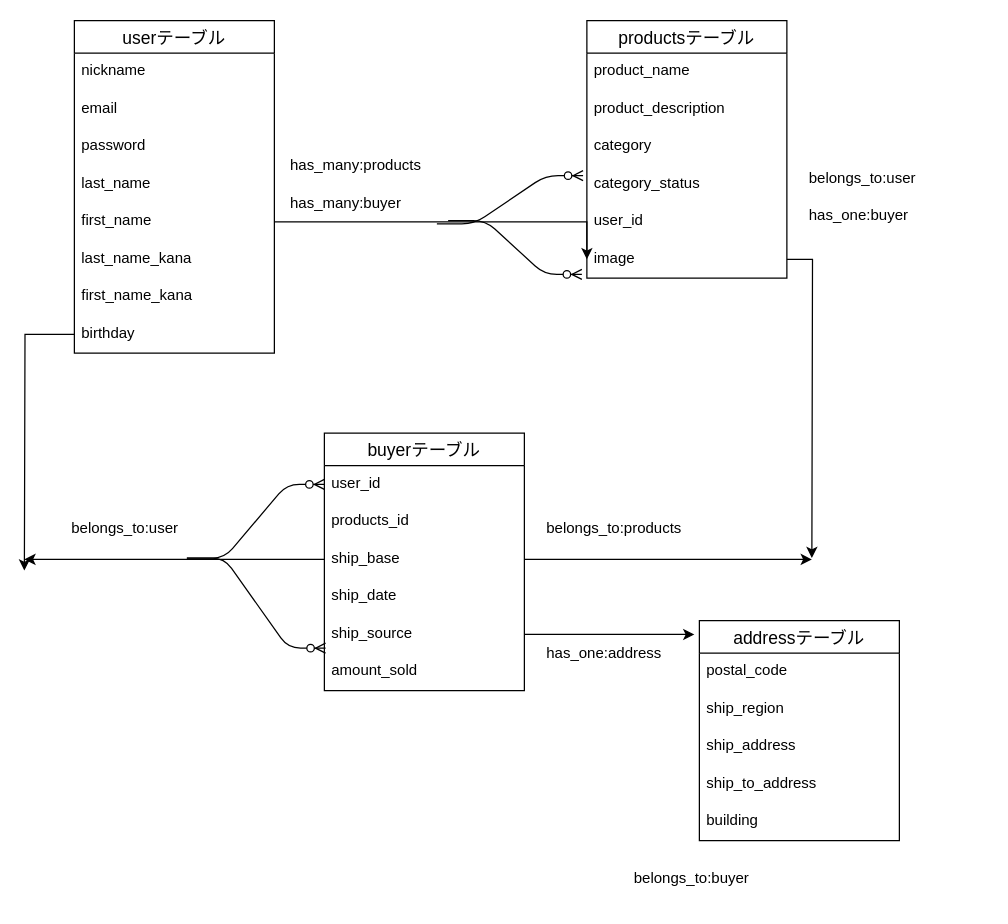
yuuki-ebinuma/furima-34477 keeps this draw.io diagram as er.dio. Above is the earlier version. Source tidied: cells renumbered, new cells numbered last; positions are measured from the earlier drawing's top-left corner, leaving out a move shared by most shapes. Both pictures are drawn from the tidied source at 125%, with x=0, y=0 at pixel (24, 20).
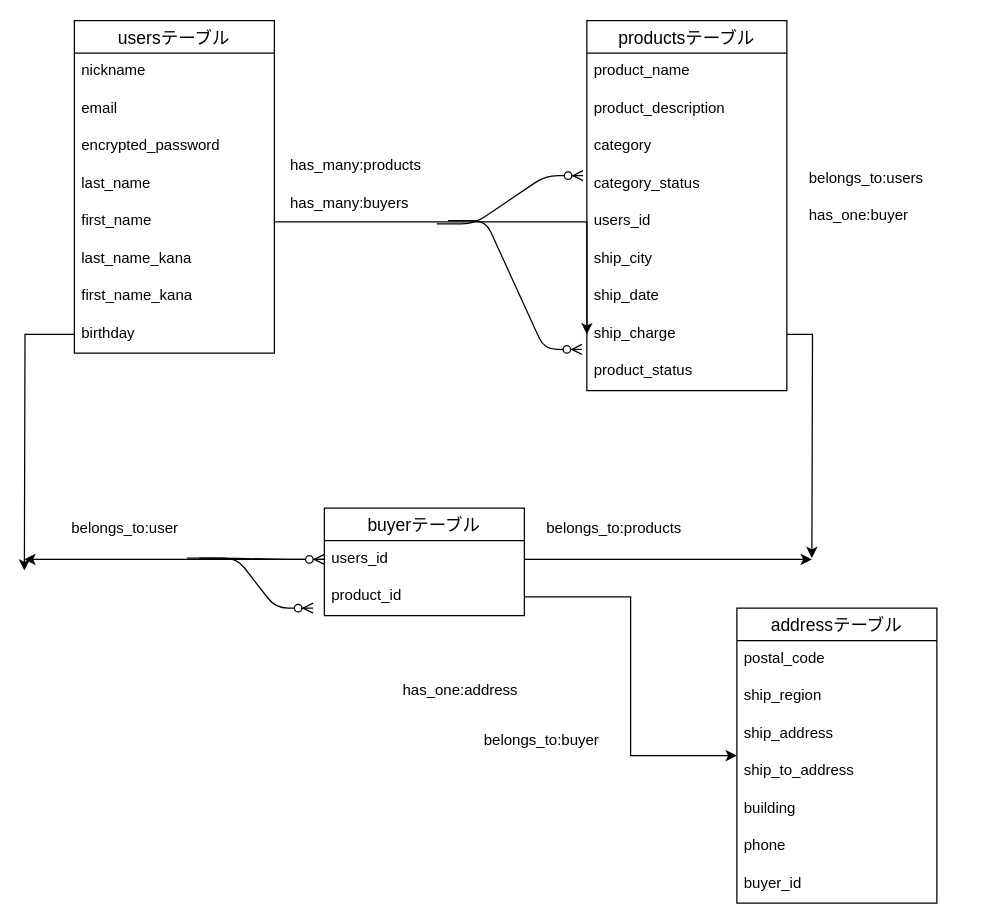
The same page after the edit.

Commit message (it also covers changes not shown here):
データベース修正

The change refers to these unchanged cells:
```xml
<mxCell id="46" style="shape=partialRectangle;fillColor=none;top=0;left=0;bottom=0;right=0;" parent="45" vertex="1">
  <mxGeometry width="180" height="30" as="geometry" />
</mxCell>
<mxCell id="62" style="shape=partialRectangle;fillColor=none;top=0;left=0;bottom=0;right=0;" parent="61" vertex="1">
  <mxGeometry width="180" height="30" as="geometry" />
</mxCell>
```

The edit, as a diff of the source:
```diff
@@
-    <mxCell id="2" value="userテーブル" style="swimlane;fontStyle=0;horizontal=1;startSize=26;align=center;fontSize=14;" parent="1" vertex="1">
+    <mxCell id="2" value="usersテーブル" style="swimlane;fontStyle=0;horizontal=1;startSize=26;align=center;fontSize=14;" parent="1" vertex="1">
       <mxGeometry x="40" width="160" height="266" as="geometry" />
     </mxCell>
@@
-    <mxCell id="5" value="password" style="text;strokeColor=none;fillColor=none;spacingLeft=4;spacingRight=4;overflow=hidden;fontSize=12;" parent="2" vertex="1">
+    <mxCell id="5" value="encrypted_password" style="text;strokeColor=none;fillColor=none;spacingLeft=4;spacingRight=4;overflow=hidden;fontSize=12;" parent="2" vertex="1">
       <mxGeometry y="86" width="160" height="30" as="geometry" />
     </mxCell>
@@
     <mxCell id="11" value="productsテーブル" style="swimlane;fontStyle=0;horizontal=1;startSize=26;align=center;fontSize=14;" parent="1" vertex="1">
-      <mxGeometry x="450" width="160" height="206" as="geometry" />
+      <mxGeometry x="450" width="160" height="296" as="geometry" />
     </mxCell>
@@
-    <mxCell id="16" value="user_id" style="text;strokeColor=none;fillColor=none;spacingLeft=4;spacingRight=4;overflow=hidden;fontSize=12;" parent="11" vertex="1">
+    <mxCell id="16" value="users_id" style="text;strokeColor=none;fillColor=none;spacingLeft=4;spacingRight=4;overflow=hidden;fontSize=12;" parent="11" vertex="1">
       <mxGeometry y="146" width="160" height="30" as="geometry" />
     </mxCell>
+    <mxCell id="73" value="ship_city" style="text;strokeColor=none;fillColor=none;spacingLeft=4;spacingRight=4;overflow=hidden;fontSize=12;" parent="11" vertex="1">
+      <mxGeometry y="176" width="160" height="30" as="geometry" />
+    </mxCell>
+    <mxCell id="22" value="ship_date" style="text;strokeColor=none;fillColor=none;spacingLeft=4;spacingRight=4;overflow=hidden;fontSize=12;" parent="11" vertex="1">
+      <mxGeometry y="206" width="160" height="30" as="geometry" />
+    </mxCell>
-    <mxCell id="17" value="image" style="text;strokeColor=none;fillColor=none;spacingLeft=4;spacingRight=4;overflow=hidden;points=[[0,0.5],[1,0.5]];portConstraint=eastwest;fontSize=12;" parent="11" vertex="1">
-      <mxGeometry y="176" width="160" height="30" as="geometry" />
+    <mxCell id="17" value="ship_charge" style="text;strokeColor=none;fillColor=none;spacingLeft=4;spacingRight=4;overflow=hidden;points=[[0,0.5],[1,0.5]];portConstraint=eastwest;fontSize=12;" parent="11" vertex="1">
+      <mxGeometry y="236" width="160" height="30" as="geometry" />
     </mxCell>
+    <mxCell id="74" value="product_status" style="text;strokeColor=none;fillColor=none;spacingLeft=4;spacingRight=4;overflow=hidden;fontSize=12;" parent="11" vertex="1">
+      <mxGeometry y="266" width="160" height="30" as="geometry" />
+    </mxCell>
     <mxCell id="18" value="buyerテーブル" style="swimlane;fontStyle=0;horizontal=1;startSize=26;align=center;fontSize=14;" parent="1" vertex="1">
-      <mxGeometry x="240" y="330" width="160" height="206" as="geometry" />
+      <mxGeometry x="240" y="390" width="160" height="86" as="geometry" />
     </mxCell>
-    <mxCell id="19" value="user_id" style="text;strokeColor=none;fillColor=none;spacingLeft=4;spacingRight=4;overflow=hidden;points=[[0,0.5],[1,0.5]];portConstraint=eastwest;fontSize=12;" parent="18" vertex="1">
+    <mxCell id="19" value="users_id" style="text;strokeColor=none;fillColor=none;spacingLeft=4;spacingRight=4;overflow=hidden;points=[[0,0.5],[1,0.5]];portConstraint=eastwest;fontSize=12;" parent="18" vertex="1">
       <mxGeometry y="26" width="160" height="30" as="geometry" />
     </mxCell>
-    <mxCell id="20" value="products_id" style="text;strokeColor=none;fillColor=none;spacingLeft=4;spacingRight=4;overflow=hidden;points=[[0,0.5],[1,0.5]];portConstraint=eastwest;fontSize=12;" parent="18" vertex="1">
+    <mxCell id="20" value="product_id" style="text;strokeColor=none;fillColor=none;spacingLeft=4;spacingRight=4;overflow=hidden;points=[[0,0.5],[1,0.5]];portConstraint=eastwest;fontSize=12;" parent="18" vertex="1">
       <mxGeometry y="56" width="160" height="30" as="geometry" />
     </mxCell>
-    <mxCell id="21" value="ship_base" style="text;strokeColor=none;fillColor=none;spacingLeft=4;spacingRight=4;overflow=hidden;points=[[0,0.5],[1,0.5]];portConstraint=eastwest;fontSize=12;" parent="18" vertex="1">
-      <mxGeometry y="86" width="160" height="30" as="geometry" />
-    </mxCell>
-    <mxCell id="22" value="ship_date" style="text;strokeColor=none;fillColor=none;spacingLeft=4;spacingRight=4;overflow=hidden;fontSize=12;" parent="18" vertex="1">
-      <mxGeometry y="116" width="160" height="30" as="geometry" />
-    </mxCell>
-    <mxCell id="23" value="ship_source" style="text;strokeColor=none;fillColor=none;spacingLeft=4;spacingRight=4;overflow=hidden;points=[[0,0.5],[1,0.5]];portConstraint=eastwest;fontSize=12;" parent="18" vertex="1">
-      <mxGeometry y="146" width="160" height="30" as="geometry" />
-    </mxCell>
-    <mxCell id="24" value="amount_sold" style="text;strokeColor=none;fillColor=none;spacingLeft=4;spacingRight=4;overflow=hidden;fontSize=12;" parent="18" vertex="1">
-      <mxGeometry y="176" width="160" height="30" as="geometry" />
-    </mxCell>
     <mxCell id="25" value="addressテーブル" style="swimlane;fontStyle=0;horizontal=1;startSize=26;align=center;fontSize=14;" parent="1" vertex="1">
-      <mxGeometry x="540" y="480" width="160" height="176" as="geometry" />
+      <mxGeometry x="570" y="470" width="160" height="236" as="geometry" />
     </mxCell>
@@
+    <mxCell id="75" value="building" style="text;strokeColor=none;fillColor=none;spacingLeft=4;spacingRight=4;overflow=hidden;fontSize=12;" parent="25" vertex="1">
+      <mxGeometry y="146" width="160" height="30" as="geometry" />
+    </mxCell>
-    <mxCell id="30" value="building" style="text;strokeColor=none;fillColor=none;spacingLeft=4;spacingRight=4;overflow=hidden;fontSize=12;" parent="25" vertex="1">
-      <mxGeometry y="146" width="160" height="30" as="geometry" />
+    <mxCell id="30" value="phone" style="text;strokeColor=none;fillColor=none;spacingLeft=4;spacingRight=4;overflow=hidden;fontSize=12;" parent="25" vertex="1">
+      <mxGeometry y="176" width="160" height="30" as="geometry" />
     </mxCell>
+    <mxCell id="76" value="buyer_id" style="text;strokeColor=none;fillColor=none;spacingLeft=4;spacingRight=4;overflow=hidden;fontSize=12;" parent="25" vertex="1">
+      <mxGeometry y="206" width="160" height="30" as="geometry" />
+    </mxCell>
@@
-    <mxCell id="33" style="edgeStyle=orthogonalEdgeStyle;rounded=0;jettySize=auto;html=1;" parent="1" edge="1" source="21">
+    <mxCell id="33" style="edgeStyle=orthogonalEdgeStyle;rounded=0;orthogonalLoop=1;jettySize=auto;html=1;" parent="1" edge="1">
       <mxGeometry relative="1" as="geometry">
+        <mxPoint x="240" y="431" as="sourcePoint" />
         <mxPoint y="431" as="targetPoint" />
       </mxGeometry>
     </mxCell>
@@
-    <mxCell id="35" style="edgeStyle=entityRelationEdgeStyle;fontSize=12;html=1;endArrow=ERzeroToMany;endFill=1;entryX=0.006;entryY=0.867;entryDx=0;entryDy=0;entryPerimeter=0;" parent="1" edge="1" target="23">
+    <mxCell id="35" style="edgeStyle=entityRelationEdgeStyle;fontSize=12;html=1;endArrow=ERzeroToMany;endFill=1;" parent="1" edge="1">
       <mxGeometry relative="1" as="geometry">
-        <mxPoint x="130" y="430" as="sourcePoint" />
+        <mxPoint x="140" y="430" as="sourcePoint" />
+        <mxPoint x="231" y="470" as="targetPoint" />
       </mxGeometry>
     </mxCell>
-    <mxCell id="36" style="edgeStyle=orthogonalEdgeStyle;rounded=0;jettySize=auto;html=1;" parent="1" edge="1" source="21">
+    <mxCell id="36" style="edgeStyle=orthogonalEdgeStyle;rounded=0;orthogonalLoop=1;jettySize=auto;html=1;" parent="1" edge="1">
       <mxGeometry relative="1" as="geometry">
+        <mxPoint x="400" y="431" as="sourcePoint" />
         <mxPoint x="630" y="431" as="targetPoint" />
       </mxGeometry>
     </mxCell>
@@
-    <mxCell id="38" style="edgeStyle=orthogonalEdgeStyle;rounded=0;jettySize=auto;html=1;entryX=-0.025;entryY=0.063;entryDx=0;entryDy=0;entryPerimeter=0;" parent="1" edge="1" source="23" target="25">
-      <mxGeometry relative="1" as="geometry" />
-    </mxCell>
@@
-    <mxCell id="48" value="belongs_to:user" style="shape=partialRectangle;fillColor=none;top=0;left=0;bottom=0;right=0;align=left;spacingLeft=6;overflow=hidden;" parent="46" vertex="1">
+    <mxCell id="48" value="belongs_to:users" style="shape=partialRectangle;fillColor=none;top=0;left=0;bottom=0;right=0;align=left;spacingLeft=6;overflow=hidden;" parent="46" vertex="1">
       <mxGeometry x="30" width="150" height="30" as="geometry" />
     </mxCell>
@@
-    <mxCell id="64" value="has_many:buyer" style="shape=partialRectangle;fillColor=none;top=0;left=0;bottom=0;right=0;align=left;spacingLeft=6;overflow=hidden;" parent="62" vertex="1">
+    <mxCell id="64" value="has_many:buyers" style="shape=partialRectangle;fillColor=none;top=0;left=0;bottom=0;right=0;align=left;spacingLeft=6;overflow=hidden;" parent="62" vertex="1">
       <mxGeometry x="30" width="150" height="30" as="geometry" />
     </mxCell>
     <mxCell id="65" style="shape=table;startSize=0;childLayout=tableLayout;rowLines=0;fontStyle=0;align=center;strokeColor=none;fillColor=none;" parent="1" vertex="1">
-      <mxGeometry x="380" y="490" width="180" height="30" as="geometry" />
+      <mxGeometry x="265" y="520" width="180" height="30" as="geometry" />
     </mxCell>
@@
     <mxCell id="69" style="shape=table;startSize=0;childLayout=tableLayout;rowLines=0;fontStyle=0;align=center;strokeColor=none;fillColor=none;" parent="1" vertex="1">
-      <mxGeometry x="450" y="670" width="180" height="30" as="geometry" />
+      <mxGeometry x="330" y="560" width="180" height="30" as="geometry" />
     </mxCell>
@@
+    <mxCell id="77" style="edgeStyle=orthogonalEdgeStyle;rounded=0;jettySize=auto;html=1;exitX=1;exitY=0.5;exitDx=0;exitDy=0;" parent="1" edge="1" source="20" target="25">
+      <mxGeometry relative="1" as="geometry" />
+    </mxCell>
```
